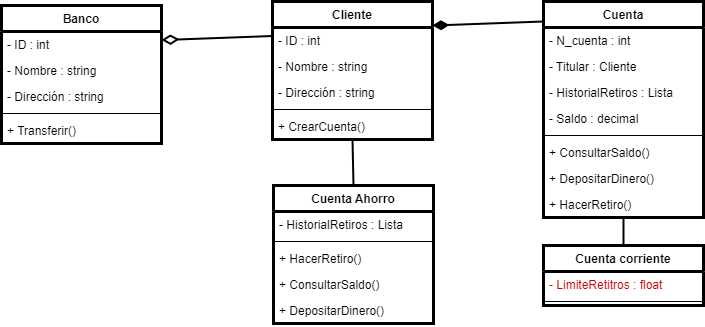
Above: Ejercicios_Modelado/Taller3PNG.drawio.png in Oscar-UCT/Ejercicos_Modelado (draw.io), before the change. Source tidied: cells renumbered, new cells last; positions are measured from the earlier drawing's top-left corner, leaving out a move shared by most shapes.
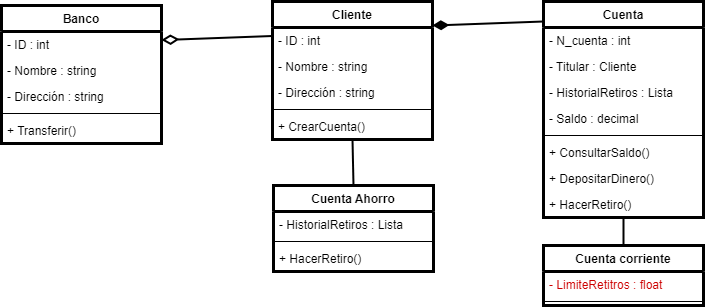
After the commit.

Commit message:
Ajuste tabla ahorro

The edit, as a diff of the source:
```diff
@@ -39,7 +39,7 @@
       <mxGeometry y="112" width="160" height="26" as="geometry" />
     </mxCell>
     <mxCell id="14" value="Cuenta Ahorro" style="swimlane;fontStyle=1;align=center;verticalAlign=top;horizontal=1;startSize=26;strokeWidth=3;fontColor=#000000;" parent="1" vertex="1">
-      <mxGeometry x="272" y="184" width="160" height="138" as="geometry" />
+      <mxGeometry x="272" y="184" width="160" height="86" as="geometry" />
     </mxCell>
     <mxCell id="15" value="- HistorialRetiros : Lista" style="text;strokeColor=none;fillColor=none;align=left;verticalAlign=top;spacingLeft=4;spacingRight=4;overflow=hidden;strokeWidth=3;fontColor=#000000;" parent="14" vertex="1">
       <mxGeometry y="26" width="160" height="26" as="geometry" />
@@ -50,12 +50,6 @@
     <mxCell id="17" value="+ HacerRetiro()" style="text;strokeColor=none;fillColor=none;align=left;verticalAlign=top;spacingLeft=4;spacingRight=4;overflow=hidden;strokeWidth=3;fontColor=#000000;" parent="14" vertex="1">
       <mxGeometry y="60" width="160" height="26" as="geometry" />
     </mxCell>
-    <mxCell id="18" value="+ ConsultarSaldo()" style="text;strokeColor=none;fillColor=none;align=left;verticalAlign=top;spacingLeft=4;spacingRight=4;overflow=hidden;strokeWidth=3;fontColor=#000000;" parent="14" vertex="1">
-      <mxGeometry y="86" width="160" height="26" as="geometry" />
-    </mxCell>
-    <mxCell id="19" value="+ DepositarDinero()" style="text;strokeColor=none;fillColor=none;align=left;verticalAlign=top;spacingLeft=4;spacingRight=4;overflow=hidden;strokeWidth=3;fontColor=#000000;" parent="14" vertex="1">
-      <mxGeometry y="112" width="160" height="26" as="geometry" />
-    </mxCell>
     <mxCell id="20" value="Cuenta" style="swimlane;fontStyle=1;align=center;verticalAlign=top;horizontal=1;startSize=26;strokeWidth=3;fontColor=#000000;" parent="1" vertex="1">
       <mxGeometry x="542" width="160" height="216" as="geometry" />
     </mxCell>
```
